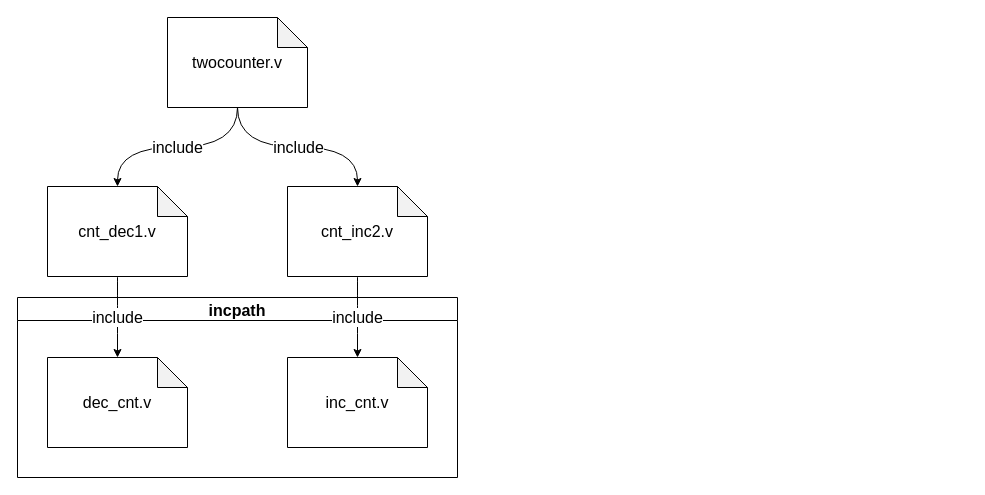
Before: verilator_digrams/twocounter.drawio in Dercury/CLDK, a draw.io diagram. Source tidied: cells renumbered, new cells numbered last; positions are measured from the earlier drawing's top-left corner, leaving out a move shared by most shapes. Both pictures are drawn from the tidied source at 100%, with x=0, y=0 at pixel (17, 17).
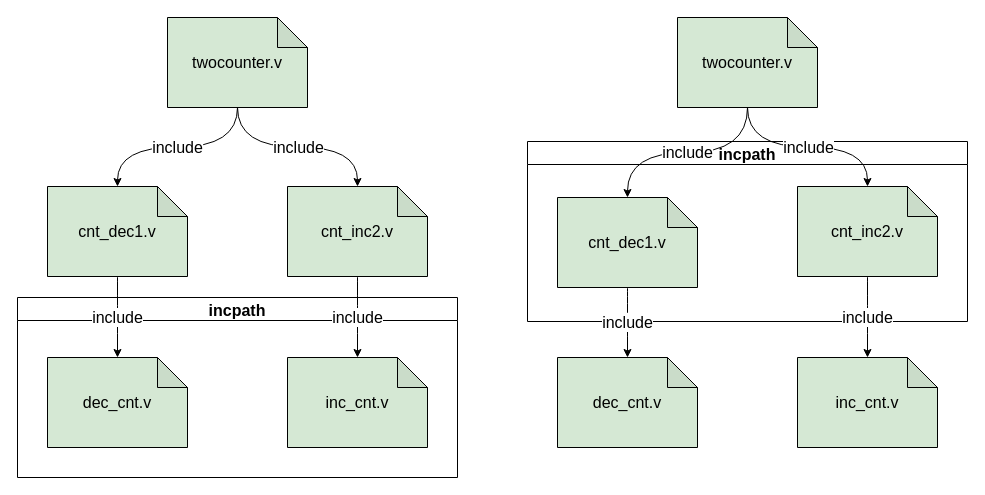
After the change.

Unchanged cells that the change refers to:
```xml
<mxCell id="7" value="incpath" style="swimlane;fontSize=16;" parent="1" vertex="1">
  <mxGeometry y="280" width="440" height="180" as="geometry" />
</mxCell>
```

The edit, as a diff of the source:
```diff
@@
+    <mxCell id="12" value="incpath" style="swimlane;fontSize=16;" parent="1" vertex="1">
+      <mxGeometry x="510" y="124" width="440" height="180" as="geometry" />
+    </mxCell>
+    <mxCell id="13" value="cnt_inc2.v" style="shape=note;whiteSpace=wrap;html=1;backgroundOutline=1;darkOpacity=0.05;fontSize=16;fillColor=#D5E8D4;" parent="12" vertex="1">
+      <mxGeometry x="270" y="45" width="140" height="90" as="geometry" />
+    </mxCell>
+    <mxCell id="14" value="cnt_dec1.v" style="shape=note;whiteSpace=wrap;html=1;backgroundOutline=1;darkOpacity=0.05;fontSize=16;fillColor=#D5E8D4;" parent="12" vertex="1">
+      <mxGeometry x="30" y="56" width="140" height="90" as="geometry" />
+    </mxCell>
@@
-    <mxCell id="4" value="twocounter.v" style="shape=note;whiteSpace=wrap;html=1;backgroundOutline=1;darkOpacity=0.05;fontSize=16;" parent="1" vertex="1">
+    <mxCell id="4" value="twocounter.v" style="shape=note;whiteSpace=wrap;html=1;backgroundOutline=1;darkOpacity=0.05;fontSize=16;fillColor=#D5E8D4;" parent="1" vertex="1">
       <mxGeometry x="150" width="140" height="90" as="geometry" />
     </mxCell>
-    <mxCell id="5" value="cnt_dec1.v" style="shape=note;whiteSpace=wrap;html=1;backgroundOutline=1;darkOpacity=0.05;fontSize=16;" parent="1" vertex="1">
+    <mxCell id="5" value="cnt_dec1.v" style="shape=note;whiteSpace=wrap;html=1;backgroundOutline=1;darkOpacity=0.05;fontSize=16;fillColor=#D5E8D4;" parent="1" vertex="1">
       <mxGeometry x="30" y="169" width="140" height="90" as="geometry" />
     </mxCell>
-    <mxCell id="6" value="cnt_inc2.v" style="shape=note;whiteSpace=wrap;html=1;backgroundOutline=1;darkOpacity=0.05;fontSize=16;" parent="1" vertex="1">
+    <mxCell id="6" value="cnt_inc2.v" style="shape=note;whiteSpace=wrap;html=1;backgroundOutline=1;darkOpacity=0.05;fontSize=16;fillColor=#D5E8D4;" parent="1" vertex="1">
       <mxGeometry x="270" y="169" width="140" height="90" as="geometry" />
     </mxCell>
@@
-    <mxCell id="8" value="dec_cnt.v" style="shape=note;whiteSpace=wrap;html=1;backgroundOutline=1;darkOpacity=0.05;fontSize=16;" parent="7" vertex="1">
+    <mxCell id="8" value="dec_cnt.v" style="shape=note;whiteSpace=wrap;html=1;backgroundOutline=1;darkOpacity=0.05;fontSize=16;fillColor=#D5E8D4;" parent="7" vertex="1">
       <mxGeometry x="30" y="60" width="140" height="90" as="geometry" />
     </mxCell>
-    <mxCell id="9" value="inc_cnt.v" style="shape=note;whiteSpace=wrap;html=1;backgroundOutline=1;darkOpacity=0.05;fontSize=16;" parent="7" vertex="1">
+    <mxCell id="9" value="inc_cnt.v" style="shape=note;whiteSpace=wrap;html=1;backgroundOutline=1;darkOpacity=0.05;fontSize=16;fillColor=#D5E8D4;" parent="7" vertex="1">
       <mxGeometry x="270" y="60" width="140" height="90" as="geometry" />
     </mxCell>
@@
+    <mxCell id="15" value="include" style="edgeStyle=orthogonalEdgeStyle;rounded=0;jettySize=auto;html=1;fontSize=16;curved=1;" parent="1" edge="1" source="17" target="14">
+      <mxGeometry relative="1" as="geometry" />
+    </mxCell>
+    <mxCell id="16" value="include" style="edgeStyle=orthogonalEdgeStyle;rounded=0;jettySize=auto;html=1;entryX=0.5;entryY=0;entryDx=0;entryDy=0;entryPerimeter=0;fontSize=16;curved=1;" parent="1" edge="1" source="17" target="13">
+      <mxGeometry relative="1" as="geometry" />
+    </mxCell>
+    <mxCell id="17" value="twocounter.v" style="shape=note;whiteSpace=wrap;html=1;backgroundOutline=1;darkOpacity=0.05;fontSize=16;fillColor=#D5E8D4;" parent="1" vertex="1">
+      <mxGeometry x="660" width="140" height="90" as="geometry" />
+    </mxCell>
+    <mxCell id="18" value="include" style="edgeStyle=orthogonalEdgeStyle;rounded=0;jettySize=auto;html=1;fontSize=16;curved=1;exitX=0.5;exitY=1;exitDx=0;exitDy=0;exitPerimeter=0;entryX=0.5;entryY=0;entryDx=0;entryDy=0;entryPerimeter=0;" parent="1" edge="1" source="14" target="20">
+      <mxGeometry relative="1" as="geometry" />
+    </mxCell>
+    <mxCell id="19" value="include" style="edgeStyle=orthogonalEdgeStyle;rounded=0;jettySize=auto;html=1;fontSize=16;curved=1;exitX=0.5;exitY=1;exitDx=0;exitDy=0;exitPerimeter=0;" parent="1" edge="1" source="13" target="21">
+      <mxGeometry relative="1" as="geometry" />
+    </mxCell>
+    <mxCell id="20" value="dec_cnt.v" style="shape=note;whiteSpace=wrap;html=1;backgroundOutline=1;darkOpacity=0.05;fontSize=16;fillColor=#D5E8D4;" parent="1" vertex="1">
+      <mxGeometry x="540" y="340" width="140" height="90" as="geometry" />
+    </mxCell>
+    <mxCell id="21" value="inc_cnt.v" style="shape=note;whiteSpace=wrap;html=1;backgroundOutline=1;darkOpacity=0.05;fontSize=16;fillColor=#D5E8D4;" parent="1" vertex="1">
+      <mxGeometry x="780" y="340" width="140" height="90" as="geometry" />
+    </mxCell>
```
